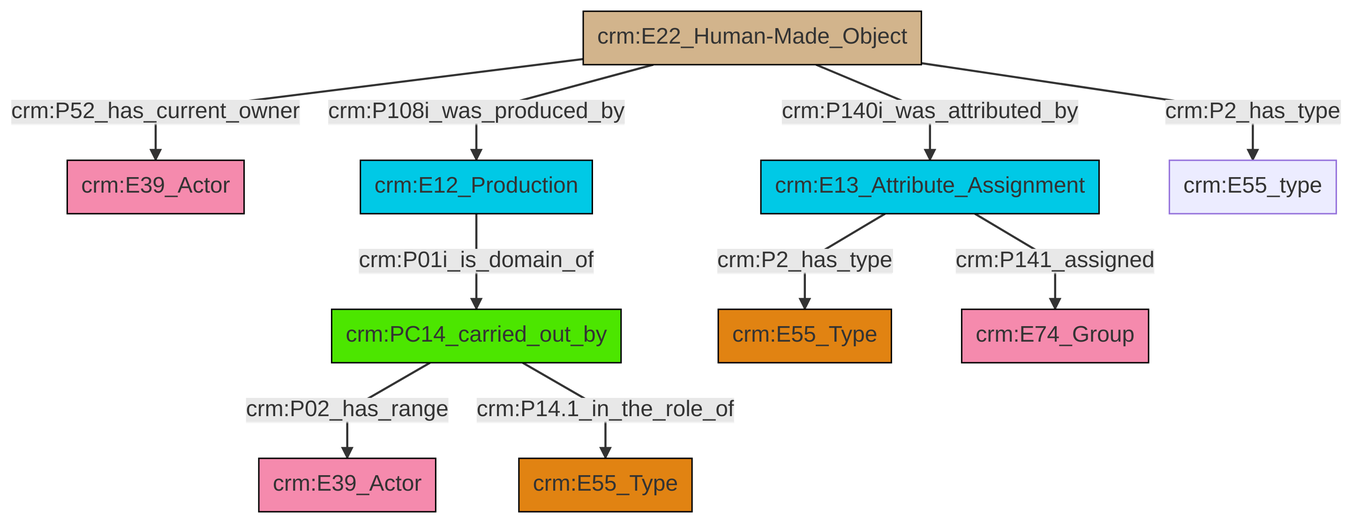
Earlier version of the Mermaid export et/builtWorkCSV/ttl/mmd/png/Built_Work_actor_relations.png (swiss-art-research-net/docs.swissartresearch). Its source is kept beside it as et/builtWorkCSV/ttl/mmd/Built_Work_actor_relations.ttl.mmd.
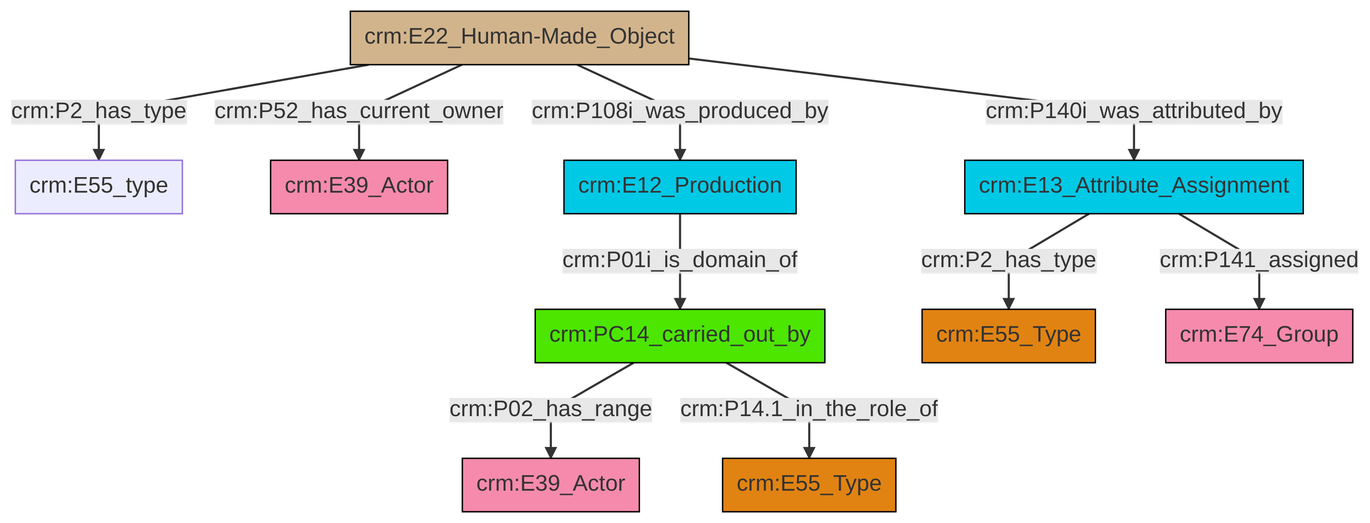
The same file after the commit.

What changed in the source:
```diff
@@ -13,12 +13,12 @@
 classDef PC_Classes fill:#4ce600, stroke:#000000;
 classDef Multi fill:#cccccc,stroke:#000000;
 
-0["crm:PC14_carried_out_by"]:::PC_Classes -->|crm:P02_has_range| 1["crm:E39_Actor"]:::Actor
-0["crm:PC14_carried_out_by"]:::PC_Classes -->|crm:P14.1_in_the_role_of| 2["crm:E55_Type"]:::Type
-7["crm:E22_Human-Made_Object"]:::Physical_Thing -->|crm:P140i_was_attributed_by| 8["crm:E13_Attribute_Assignment"]:::Temporal_Entity
-8["crm:E13_Attribute_Assignment"]:::Temporal_Entity -->|crm:P2_has_type| 3["crm:E55_Type"]:::Type
-7["crm:E22_Human-Made_Object"]:::Physical_Thing -->|crm:P108i_was_produced_by| 9["crm:E12_Production"]:::Temporal_Entity
-7["crm:E22_Human-Made_Object"]:::Physical_Thing -->|crm:P52_has_current_owner| 5["crm:E39_Actor"]:::Actor
-9["crm:E12_Production"]:::Temporal_Entity -->|crm:P01i_is_domain_of| 0["crm:PC14_carried_out_by"]:::PC_Classes
-7["crm:E22_Human-Made_Object"]:::Physical_Thing -->|crm:P2_has_type| 17["crm:E55_type"]:::Default
-8["crm:E13_Attribute_Assignment"]:::Temporal_Entity -->|crm:P141_assigned| 13["crm:E74_Group"]:::Actor
+0["crm:E22_Human-Made_Object"]:::Physical_Thing -->|crm:P2_has_type| 6["crm:E55_type"]:::Default
+7["crm:E12_Production"]:::Temporal_Entity -->|crm:P01i_is_domain_of| 9["crm:PC14_carried_out_by"]:::PC_Classes
+0["crm:E22_Human-Made_Object"]:::Physical_Thing -->|crm:P52_has_current_owner| 10["crm:E39_Actor"]:::Actor
+0["crm:E22_Human-Made_Object"]:::Physical_Thing -->|crm:P108i_was_produced_by| 7["crm:E12_Production"]:::Temporal_Entity
+9["crm:PC14_carried_out_by"]:::PC_Classes -->|crm:P02_has_range| 13["crm:E39_Actor"]:::Actor
+15["crm:E13_Attribute_Assignment"]:::Temporal_Entity -->|crm:P2_has_type| 11["crm:E55_Type"]:::Type
+9["crm:PC14_carried_out_by"]:::PC_Classes -->|crm:P14.1_in_the_role_of| 4["crm:E55_Type"]:::Type
+15["crm:E13_Attribute_Assignment"]:::Temporal_Entity -->|crm:P141_assigned| 2["crm:E74_Group"]:::Actor
+0["crm:E22_Human-Made_Object"]:::Physical_Thing -->|crm:P140i_was_attributed_by| 15["crm:E13_Attribute_Assignment"]:::Temporal_Entity
```
